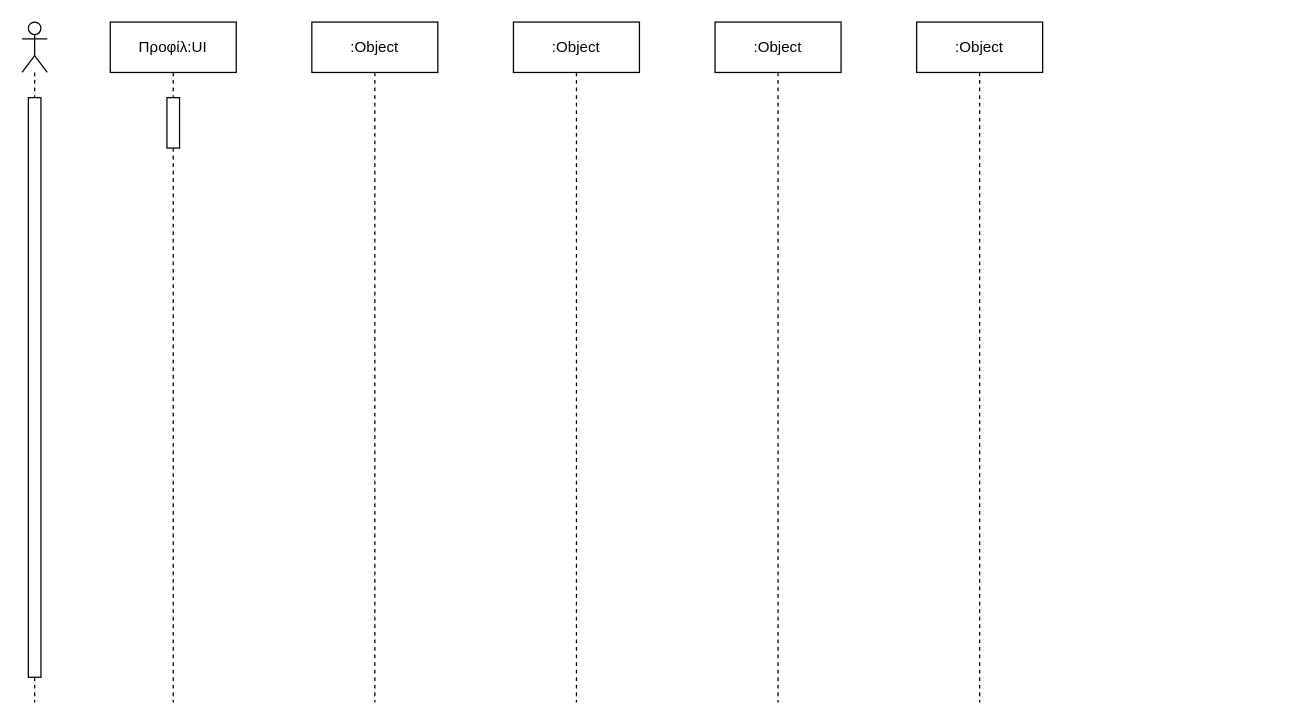
Before: docs/Contributions/Vaggelis/Phase 4/Sequence-Diagrams-v0.1.drawio in Ibournakas/PaPapp, a draw.io diagram. Source tidied: cells renumbered, new cells numbered last; positions are measured from the earlier drawing's top-left corner, leaving out a move shared by most shapes. Both pictures are drawn from the tidied source at 126%, with x=0, y=0 at pixel (21, 21).
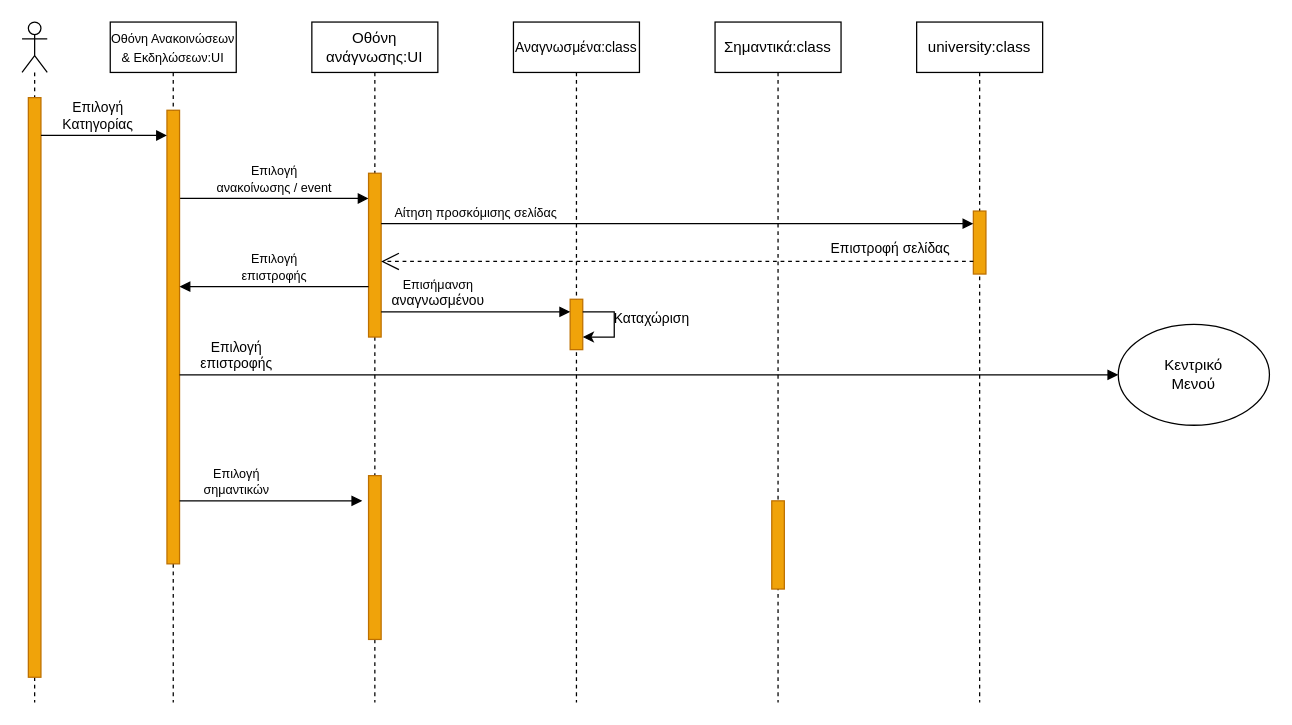
After the change.

The change refers to these unchanged cells:
```xml
<mxCell id="2" style="shape=umlLifeline;perimeter=lifelinePerimeter;whiteSpace=wrap;html=1;newEdgeStyle={&quot;edgeStyle&quot;:&quot;elbowEdgeStyle&quot;,&quot;elbow&quot;:&quot;vertical&quot;,&quot;curved&quot;:0,&quot;rounded&quot;:0};participant=umlActor;" parent="1" vertex="1">
  <mxGeometry width="20" height="540" as="geometry" />
</mxCell>
```

What changed in the source:
```diff
@@
+    <mxCell id="10" value="&lt;font style=&quot;font-size: 10px;&quot;&gt;Επιλογή &lt;br&gt;ανακοίνωσης / event&lt;/font&gt;" style="html=1;verticalAlign=bottom;endArrow=block;edgeStyle=elbowEdgeStyle;elbow=vertical;curved=0;rounded=0;" parent="1" edge="1" source="5" target="11">
+      <mxGeometry relative="1" as="geometry">
+        <Array as="points">
+          <mxPoint x="130" y="140" />
+          <mxPoint x="25" y="120" />
+        </Array>
+      </mxGeometry>
+    </mxCell>
@@
-    <mxCell id="3" style="html=1;points=[];perimeter=orthogonalPerimeter;outlineConnect=0;targetShapes=umlLifeline;portConstraint=eastwest;newEdgeStyle={&quot;edgeStyle&quot;:&quot;elbowEdgeStyle&quot;,&quot;elbow&quot;:&quot;vertical&quot;,&quot;curved&quot;:0,&quot;rounded&quot;:0};" parent="2" vertex="1">
+    <mxCell id="3" style="html=1;points=[];perimeter=orthogonalPerimeter;outlineConnect=0;targetShapes=umlLifeline;portConstraint=eastwest;newEdgeStyle={&quot;edgeStyle&quot;:&quot;elbowEdgeStyle&quot;,&quot;elbow&quot;:&quot;vertical&quot;,&quot;curved&quot;:0,&quot;rounded&quot;:0};fillColor=#f0a30a;fontColor=#000000;strokeColor=#BD7000;" parent="2" vertex="1">
       <mxGeometry x="5" y="60" width="10" height="460" as="geometry" />
     </mxCell>
-    <mxCell id="4" value="Προφίλ:UI" style="shape=umlLifeline;perimeter=lifelinePerimeter;whiteSpace=wrap;html=1;newEdgeStyle={&quot;edgeStyle&quot;:&quot;elbowEdgeStyle&quot;,&quot;elbow&quot;:&quot;vertical&quot;,&quot;curved&quot;:0,&quot;rounded&quot;:0};" parent="1" vertex="1">
+    <mxCell id="4" value="&lt;font style=&quot;font-size: 10px;&quot;&gt;Οθόνη Ανακοινώσεων &amp;amp; Εκδηλώσεων:UI&lt;/font&gt;" style="shape=umlLifeline;perimeter=lifelinePerimeter;whiteSpace=wrap;html=1;newEdgeStyle={&quot;edgeStyle&quot;:&quot;elbowEdgeStyle&quot;,&quot;elbow&quot;:&quot;vertical&quot;,&quot;curved&quot;:0,&quot;rounded&quot;:0};" parent="1" vertex="1">
       <mxGeometry x="70" width="100" height="540" as="geometry" />
     </mxCell>
-    <mxCell id="5" style="html=1;points=[];perimeter=orthogonalPerimeter;outlineConnect=0;targetShapes=umlLifeline;portConstraint=eastwest;newEdgeStyle={&quot;edgeStyle&quot;:&quot;elbowEdgeStyle&quot;,&quot;elbow&quot;:&quot;vertical&quot;,&quot;curved&quot;:0,&quot;rounded&quot;:0};" parent="4" vertex="1">
-      <mxGeometry x="45" y="60" width="10" height="40" as="geometry" />
+    <mxCell id="5" style="html=1;points=[];perimeter=orthogonalPerimeter;outlineConnect=0;targetShapes=umlLifeline;portConstraint=eastwest;newEdgeStyle={&quot;edgeStyle&quot;:&quot;elbowEdgeStyle&quot;,&quot;elbow&quot;:&quot;vertical&quot;,&quot;curved&quot;:0,&quot;rounded&quot;:0};fillColor=#f0a30a;fontColor=#000000;strokeColor=#BD7000;" parent="4" vertex="1">
+      <mxGeometry x="45" y="70" width="10" height="360" as="geometry" />
     </mxCell>
-    <mxCell id="6" value=":Object" style="shape=umlLifeline;perimeter=lifelinePerimeter;whiteSpace=wrap;html=1;newEdgeStyle={&quot;edgeStyle&quot;:&quot;elbowEdgeStyle&quot;,&quot;elbow&quot;:&quot;vertical&quot;,&quot;curved&quot;:0,&quot;rounded&quot;:0};" parent="1" vertex="1">
+    <mxCell id="6" value="Οθόνη ανάγνωσης:UI" style="shape=umlLifeline;perimeter=lifelinePerimeter;whiteSpace=wrap;html=1;newEdgeStyle={&quot;edgeStyle&quot;:&quot;elbowEdgeStyle&quot;,&quot;elbow&quot;:&quot;vertical&quot;,&quot;curved&quot;:0,&quot;rounded&quot;:0};" parent="1" vertex="1">
       <mxGeometry x="230" width="100" height="540" as="geometry" />
     </mxCell>
+    <mxCell id="11" style="html=1;points=[];perimeter=orthogonalPerimeter;outlineConnect=0;targetShapes=umlLifeline;portConstraint=eastwest;newEdgeStyle={&quot;edgeStyle&quot;:&quot;elbowEdgeStyle&quot;,&quot;elbow&quot;:&quot;vertical&quot;,&quot;curved&quot;:0,&quot;rounded&quot;:0};fillColor=#f0a30a;fontColor=#000000;strokeColor=#BD7000;" parent="6" vertex="1">
+      <mxGeometry x="45" y="120" width="10" height="130" as="geometry" />
+    </mxCell>
+    <mxCell id="12" style="html=1;perimeter=orthogonalPerimeter;targetShapes=umlLifeline;newEdgeStyle={&quot;edgeStyle&quot;:&quot;elbowEdgeStyle&quot;,&quot;elbow&quot;:&quot;vertical&quot;,&quot;curved&quot;:0,&quot;rounded&quot;:0};fillColor=#f0a30a;fontColor=#000000;strokeColor=#BD7000;" parent="6" vertex="1">
+      <mxGeometry x="45" y="360" width="10" height="130" as="geometry" />
+    </mxCell>
-    <mxCell id="7" value=":Object" style="shape=umlLifeline;perimeter=lifelinePerimeter;whiteSpace=wrap;html=1;newEdgeStyle={&quot;edgeStyle&quot;:&quot;elbowEdgeStyle&quot;,&quot;elbow&quot;:&quot;vertical&quot;,&quot;curved&quot;:0,&quot;rounded&quot;:0};" parent="1" vertex="1">
+    <mxCell id="7" value="&lt;font style=&quot;font-size: 11px;&quot;&gt;Αναγνωσμένα:class&lt;/font&gt;" style="shape=umlLifeline;perimeter=lifelinePerimeter;whiteSpace=wrap;html=1;newEdgeStyle={&quot;edgeStyle&quot;:&quot;elbowEdgeStyle&quot;,&quot;elbow&quot;:&quot;vertical&quot;,&quot;curved&quot;:0,&quot;rounded&quot;:0};" parent="1" vertex="1">
       <mxGeometry x="390" width="100" height="540" as="geometry" />
     </mxCell>
+    <mxCell id="13" style="html=1;points=[];perimeter=orthogonalPerimeter;outlineConnect=0;targetShapes=umlLifeline;portConstraint=eastwest;newEdgeStyle={&quot;edgeStyle&quot;:&quot;elbowEdgeStyle&quot;,&quot;elbow&quot;:&quot;vertical&quot;,&quot;curved&quot;:0,&quot;rounded&quot;:0};fillColor=#f0a30a;fontColor=#000000;strokeColor=#BD7000;" parent="7" vertex="1">
+      <mxGeometry x="45" y="220" width="10" height="40" as="geometry" />
+    </mxCell>
+    <mxCell id="14" style="endArrow=classic;html=1;rounded=0;" parent="7" edge="1" source="13" target="13">
+      <mxGeometry relative="1" as="geometry">
+        <Array as="points">
+          <mxPoint x="80" y="240" />
+        </Array>
+      </mxGeometry>
+    </mxCell>
-    <mxCell id="8" value=":Object" style="shape=umlLifeline;perimeter=lifelinePerimeter;whiteSpace=wrap;html=1;newEdgeStyle={&quot;edgeStyle&quot;:&quot;elbowEdgeStyle&quot;,&quot;elbow&quot;:&quot;vertical&quot;,&quot;curved&quot;:0,&quot;rounded&quot;:0};" parent="1" vertex="1">
+    <mxCell id="8" value="Σημαντικά:class" style="shape=umlLifeline;perimeter=lifelinePerimeter;whiteSpace=wrap;html=1;newEdgeStyle={&quot;edgeStyle&quot;:&quot;elbowEdgeStyle&quot;,&quot;elbow&quot;:&quot;vertical&quot;,&quot;curved&quot;:0,&quot;rounded&quot;:0};" parent="1" vertex="1">
       <mxGeometry x="550" width="100" height="540" as="geometry" />
     </mxCell>
+    <mxCell id="15" style="html=1;perimeter=orthogonalPerimeter;targetShapes=umlLifeline;newEdgeStyle={&quot;edgeStyle&quot;:&quot;elbowEdgeStyle&quot;,&quot;elbow&quot;:&quot;vertical&quot;,&quot;curved&quot;:0,&quot;rounded&quot;:0};fillColor=#f0a30a;fontColor=#000000;strokeColor=#BD7000;" parent="8" vertex="1">
+      <mxGeometry x="45" y="380" width="10" height="70" as="geometry" />
+    </mxCell>
-    <mxCell id="9" value=":Object" style="shape=umlLifeline;perimeter=lifelinePerimeter;whiteSpace=wrap;html=1;newEdgeStyle={&quot;edgeStyle&quot;:&quot;elbowEdgeStyle&quot;,&quot;elbow&quot;:&quot;vertical&quot;,&quot;curved&quot;:0,&quot;rounded&quot;:0};" parent="1" vertex="1">
+    <mxCell id="9" value="university:class" style="shape=umlLifeline;perimeter=lifelinePerimeter;whiteSpace=wrap;html=1;newEdgeStyle={&quot;edgeStyle&quot;:&quot;elbowEdgeStyle&quot;,&quot;elbow&quot;:&quot;vertical&quot;,&quot;curved&quot;:0,&quot;rounded&quot;:0};" parent="1" vertex="1">
       <mxGeometry x="710" width="100" height="540" as="geometry" />
     </mxCell>
+    <mxCell id="16" style="html=1;points=[];perimeter=orthogonalPerimeter;outlineConnect=0;targetShapes=umlLifeline;portConstraint=eastwest;newEdgeStyle={&quot;edgeStyle&quot;:&quot;elbowEdgeStyle&quot;,&quot;elbow&quot;:&quot;vertical&quot;,&quot;curved&quot;:0,&quot;rounded&quot;:0};fillColor=#f0a30a;fontColor=#000000;strokeColor=#BD7000;" parent="9" vertex="1">
+      <mxGeometry x="45" y="150" width="10" height="50" as="geometry" />
+    </mxCell>
+    <mxCell id="17" value="Επιλογή &lt;br&gt;Κατηγορίας" style="html=1;verticalAlign=bottom;endArrow=block;edgeStyle=elbowEdgeStyle;elbow=vertical;curved=0;rounded=0;" parent="1" edge="1" source="3" target="5">
+      <mxGeometry x="-0.1" relative="1" as="geometry">
+        <Array as="points">
+          <mxPoint x="100" y="90" />
+          <mxPoint x="20" y="70" />
+        </Array>
+      </mxGeometry>
+    </mxCell>
+    <mxCell id="18" value="&lt;span style=&quot;font-size: 10px;&quot;&gt;Αίτηση προσκόμισης σελίδας&lt;/span&gt;" style="html=1;verticalAlign=bottom;endArrow=block;edgeStyle=elbowEdgeStyle;elbow=vertical;curved=0;rounded=0;" parent="1" edge="1" source="11" target="16">
+      <mxGeometry x="-0.68" relative="1" as="geometry">
+        <Array as="points">
+          <mxPoint x="380" y="160" />
+          <mxPoint x="300" y="140" />
+        </Array>
+      </mxGeometry>
+    </mxCell>
+    <mxCell id="19" value="Επιστροφή σελίδας" style="endArrow=open;endSize=12;dashed=1;html=1;rounded=0;" parent="1" edge="1" source="16" target="11">
+      <mxGeometry x="-0.72" y="-10" relative="1" as="geometry">
+        <Array as="points">
+          <mxPoint x="540" y="190" />
+        </Array>
+      </mxGeometry>
+    </mxCell>
+    <mxCell id="20" value="Επιλογή &lt;br&gt;επιστροφής" style="html=1;verticalAlign=bottom;endArrow=block;edgeStyle=elbowEdgeStyle;elbow=vertical;curved=0;rounded=0;entryX=0;entryY=0.5;entryDx=0;entryDy=0;" parent="1" edge="1" source="5" target="21">
+      <mxGeometry x="-0.88" relative="1" as="geometry">
+        <Array as="points">
+          <mxPoint x="170" y="280" />
+          <mxPoint x="105" y="269.9" />
+          <mxPoint x="25" y="249.9" />
+        </Array>
+      </mxGeometry>
+    </mxCell>
+    <mxCell id="21" value="Κεντρικό&lt;br&gt;Μενού" style="ellipse;whiteSpace=wrap;html=1;" parent="1" vertex="1">
+      <mxGeometry x="870" y="240" width="120" height="80" as="geometry" />
+    </mxCell>
+    <mxCell id="22" value="&lt;font style=&quot;font-size: 10px;&quot;&gt;Επιλογή &lt;br&gt;επιστροφής&lt;br&gt;&lt;/font&gt;" style="html=1;verticalAlign=bottom;endArrow=block;edgeStyle=elbowEdgeStyle;elbow=vertical;curved=0;rounded=0;" parent="1" edge="1" source="11" target="5">
+      <mxGeometry relative="1" as="geometry">
+        <Array as="points">
+          <mxPoint x="200" y="210" />
+          <mxPoint x="135" y="210" />
+        </Array>
+      </mxGeometry>
+    </mxCell>
+    <mxCell id="23" value="&lt;span style=&quot;font-size: 10px;&quot;&gt;Επισήμανση&lt;br&gt;&lt;/span&gt;αναγνωσμένου" style="html=1;verticalAlign=bottom;endArrow=block;edgeStyle=elbowEdgeStyle;elbow=vertical;curved=0;rounded=0;" parent="1" edge="1" source="11" target="13">
+      <mxGeometry x="-0.4" relative="1" as="geometry">
+        <Array as="points">
+          <mxPoint x="295" y="230" />
+          <mxPoint x="190" y="210" />
+        </Array>
+      </mxGeometry>
+    </mxCell>
+    <mxCell id="24" value="&lt;font style=&quot;font-size: 11px;&quot;&gt;Καταχώριση&lt;/font&gt;" style="text;html=1;strokeColor=none;fillColor=none;align=center;verticalAlign=middle;whiteSpace=wrap;rounded=0;" parent="1" vertex="1">
+      <mxGeometry x="470" y="220" width="60" height="30" as="geometry" />
+    </mxCell>
+    <mxCell id="25" value="&lt;font style=&quot;font-size: 10px;&quot;&gt;Επιλογή &lt;br&gt;σημαντικών&lt;/font&gt;" style="html=1;verticalAlign=bottom;endArrow=block;edgeStyle=elbowEdgeStyle;elbow=vertical;curved=0;rounded=0;" parent="1" edge="1">
+      <mxGeometry x="-0.33" relative="1" as="geometry">
+        <mxPoint x="130" y="380" as="sourcePoint" />
+        <mxPoint x="270" y="380" as="targetPoint" />
+        <Array as="points">
+          <mxPoint x="125" y="380" />
+          <mxPoint x="20" y="360" />
+        </Array>
+      </mxGeometry>
+    </mxCell>
```
